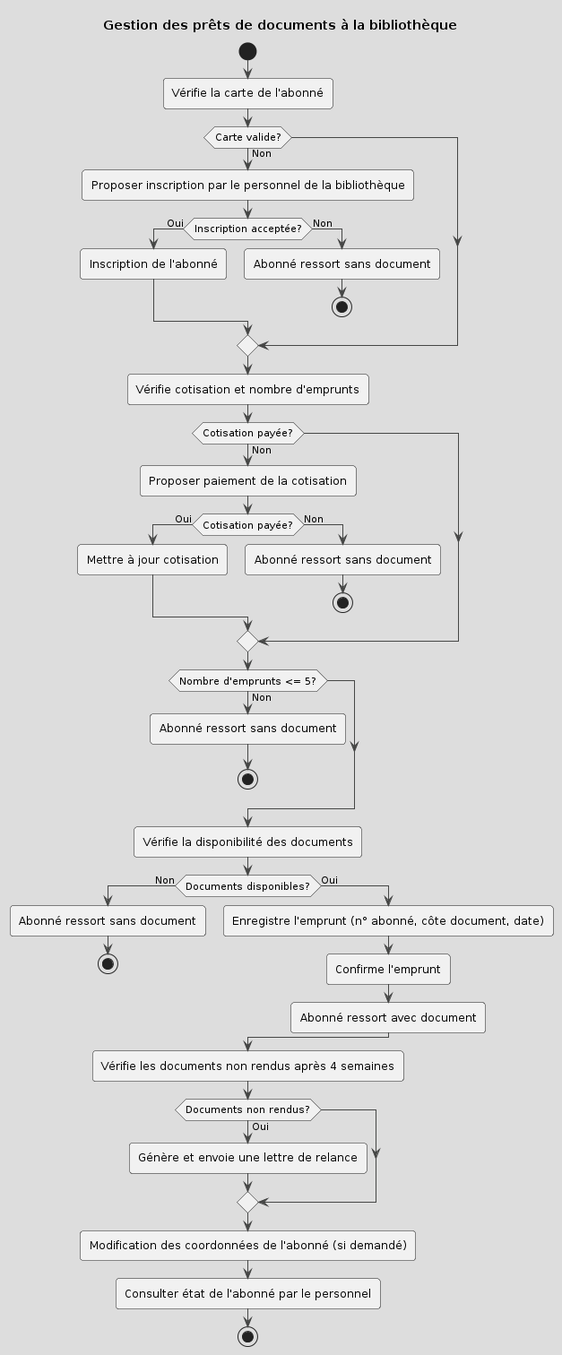
This is asset/diagramme_activite.png from clemence95/CDA24178, a PlantUML export, as it was before one commit.
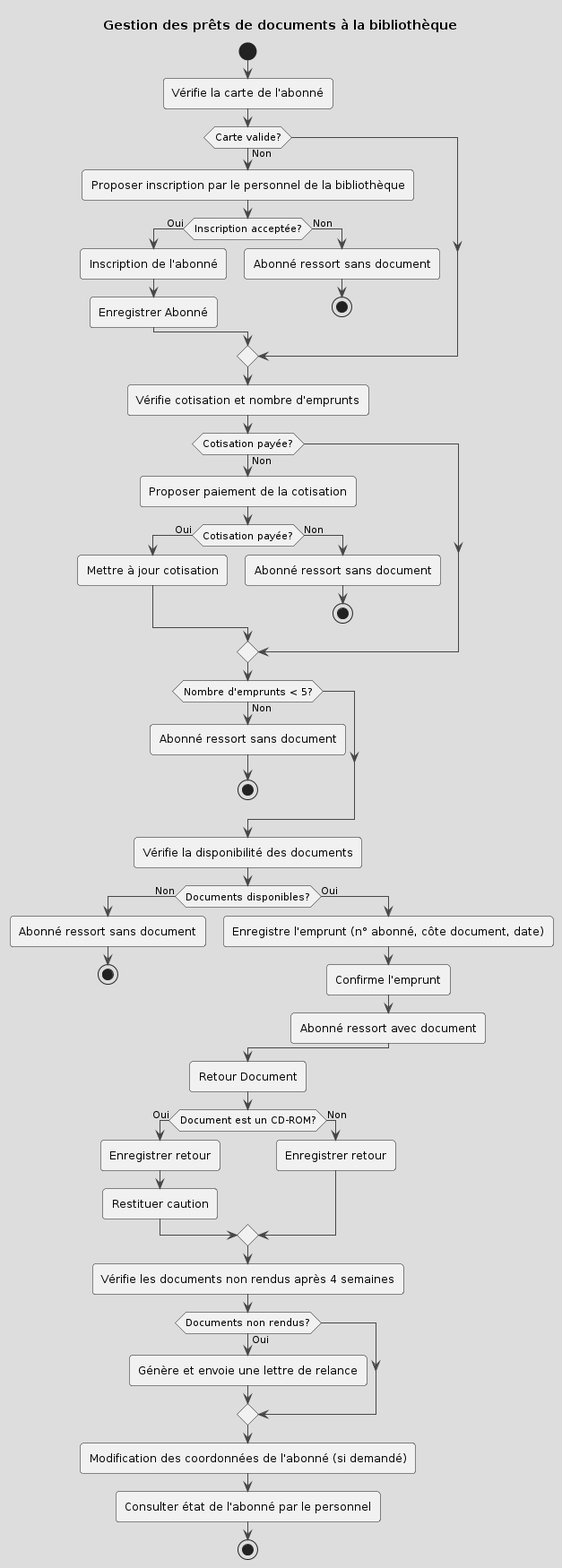
Later version of the same file.

Change to the diagram source:
```diff
@@ -10,6 +10,7 @@
     :Proposer inscription par le personnel de la bibliothèque;
     if (Inscription acceptée?) then (Oui)
         :Inscription de l'abonné;
+        :Enregistrer Abonné;
     else (Non)
         :Abonné ressort sans document;
         stop
@@ -28,7 +29,7 @@
     endif
 endif
 
-if (Nombre d'emprunts <= 5?) then (Non)
+if (Nombre d'emprunts < 5?) then (Non)
     :Abonné ressort sans document;
     stop
 endif
@@ -44,13 +45,20 @@
     :Abonné ressort avec document;
 endif
 
+:Retour Document;
+if (Document est un CD-ROM?) then (Oui)
+    :Enregistrer retour;
+    :Restituer caution;
+else (Non)
+    :Enregistrer retour;
+endif
+
 :Vérifie les documents non rendus après 4 semaines;
 if (Documents non rendus?) then (Oui)
     :Génère et envoie une lettre de relance;
 endif
 
 :Modification des coordonnées de l'abonné (si demandé);
-
 :Consulter état de l'abonné par le personnel;
 
 stop
```
